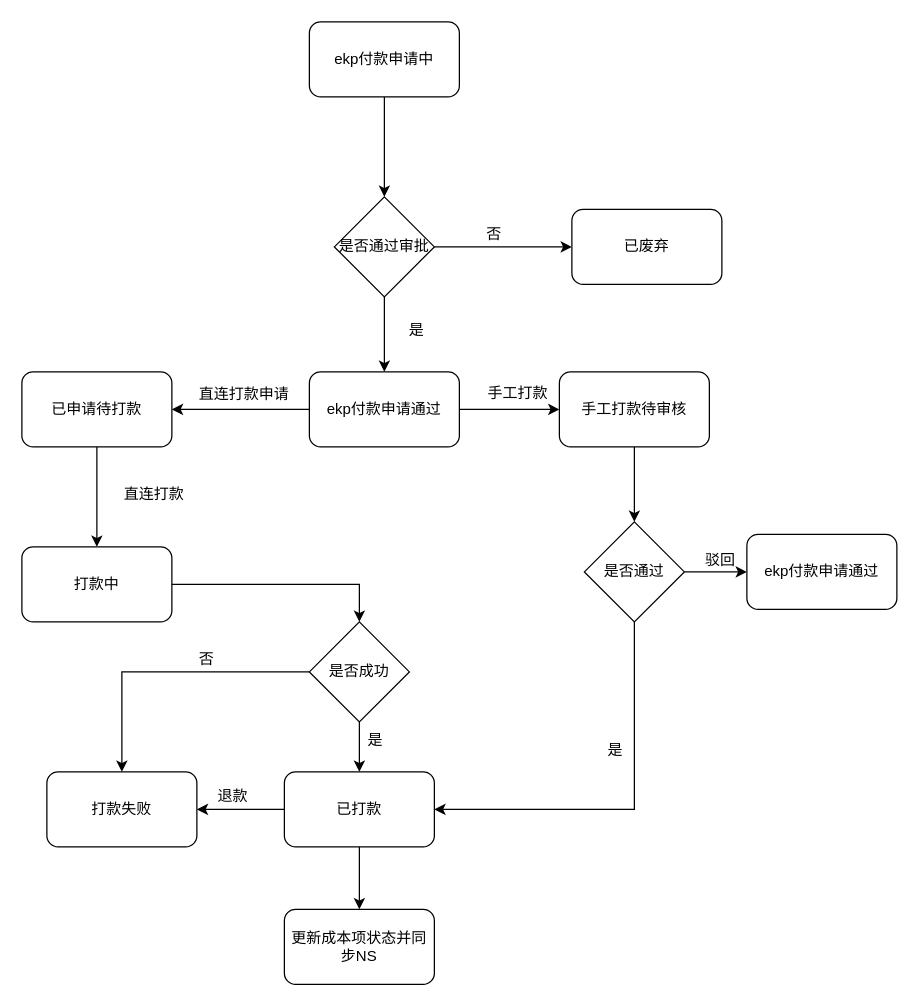
zhangtejun/file keeps this draw.io diagram as FKD.drawio. Above is the earlier version. Source tidied: cells renumbered, new cells numbered last; positions are measured from the earlier drawing's top-left corner, leaving out a move shared by most shapes. Both pictures are drawn from the tidied source at 125%, with x=0, y=0 at pixel (21, 21).
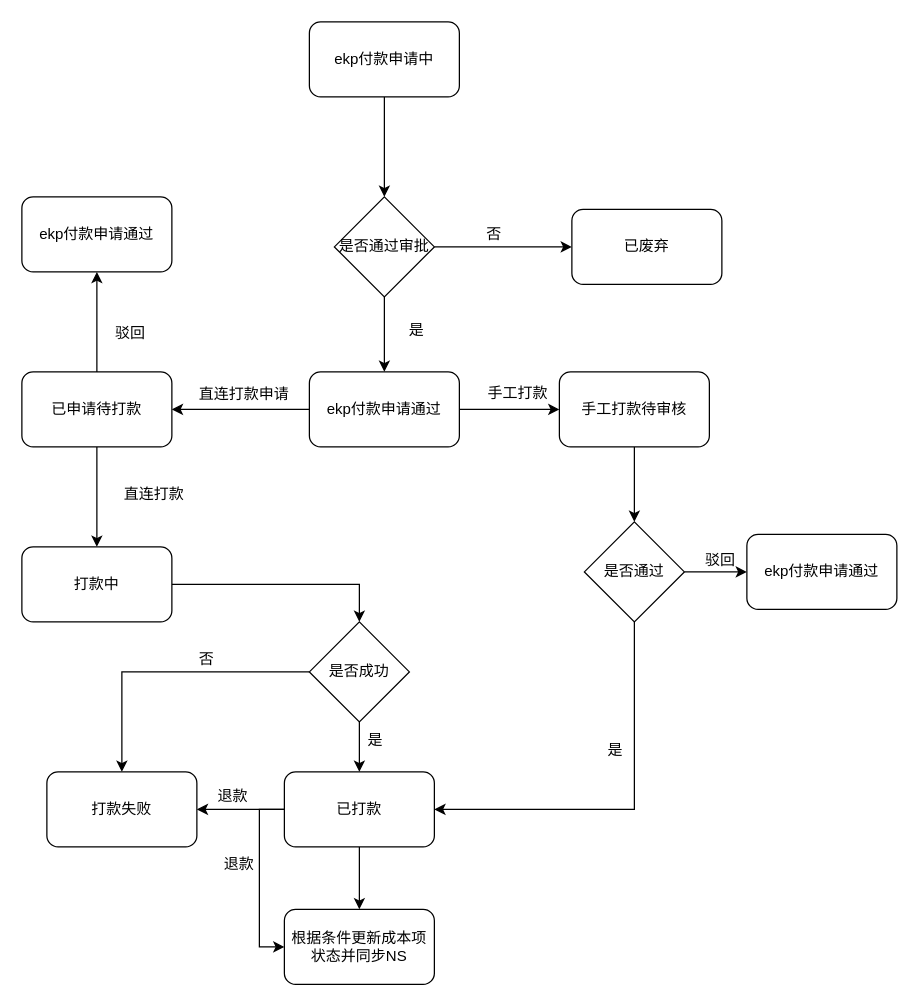
After the change.

Unchanged cells that the change refers to:
```xml
<mxCell id="12" value="已申请待打款" style="rounded=1;whiteSpace=wrap;html=1;" parent="1" vertex="1">
  <mxGeometry y="280" width="120" height="60" as="geometry" />
</mxCell>
<mxCell id="32" value="已打款" style="rounded=1;whiteSpace=wrap;html=1;" parent="1" vertex="1">
  <mxGeometry x="210" y="600" width="120" height="60" as="geometry" />
</mxCell>
```

The edit, as a diff of the source:
```diff
@@
+    <mxCell id="39" style="edgeStyle=orthogonalEdgeStyle;rounded=0;jettySize=auto;html=1;exitX=0.5;exitY=0;exitDx=0;exitDy=0;entryX=0.5;entryY=1;entryDx=0;entryDy=0;" parent="1" edge="1" source="12" target="41">
+      <mxGeometry relative="1" as="geometry" />
+    </mxCell>
@@
+    <mxCell id="40" style="edgeStyle=orthogonalEdgeStyle;rounded=0;jettySize=auto;html=1;exitX=0;exitY=0.5;exitDx=0;exitDy=0;entryX=0;entryY=0.5;entryDx=0;entryDy=0;" parent="1" edge="1" source="32" target="33">
+      <mxGeometry relative="1" as="geometry" />
+    </mxCell>
@@
-    <mxCell id="33" value="更新成本项状态并同步NS" style="rounded=1;whiteSpace=wrap;html=1;" parent="1" vertex="1">
+    <mxCell id="33" value="根据条件更新成本项状态并同步NS" style="rounded=1;whiteSpace=wrap;html=1;" parent="1" vertex="1">
       <mxGeometry x="210" y="710" width="120" height="60" as="geometry" />
     </mxCell>
@@
+    <mxCell id="41" value="ekp付款申请通过" style="rounded=1;whiteSpace=wrap;html=1;" parent="1" vertex="1">
+      <mxGeometry y="140" width="120" height="60" as="geometry" />
+    </mxCell>
+    <mxCell id="42" value="驳回" style="text;html=1;align=left;verticalAlign=top;spacingTop=-4;" parent="1" vertex="1">
+      <mxGeometry x="73" y="239" width="40" height="20" as="geometry" />
+    </mxCell>
+    <mxCell id="43" value="退款" style="text;html=1;" parent="1" vertex="1">
+      <mxGeometry x="160" y="660" width="50" height="30" as="geometry" />
+    </mxCell>
```
